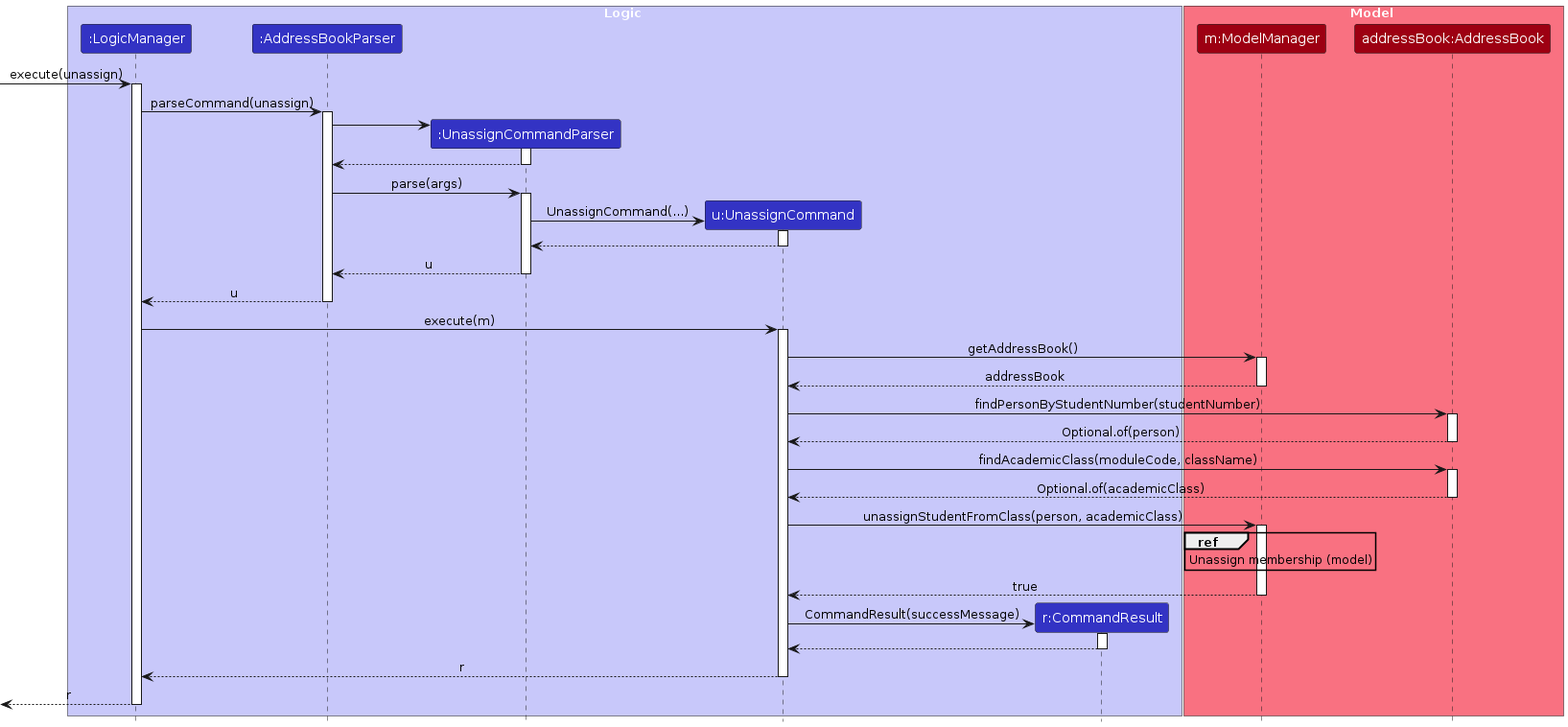
AY2627S1-CS2103-F10-2/tp keeps this PlantUML diagram as diagrams/UnassignSequenceDiagram.png. Above is the earlier version. Its source is kept beside it as diagrams/UnassignSequenceDiagram.puml. Its diagram source:
```plantuml
@startuml
!include style.puml
skinparam ArrowFontStyle plain

box Logic LOGIC_COLOR_T1
participant ":LogicManager" as LogicManager LOGIC_COLOR
participant ":AddressBookParser" as AddressBookParser LOGIC_COLOR
participant ":UnassignCommandParser" as UnassignCommandParser LOGIC_COLOR
participant "u:UnassignCommand" as UnassignCommand LOGIC_COLOR
participant "r:CommandResult" as CommandResult LOGIC_COLOR
end box

box Model MODEL_COLOR_T1
participant "m:ModelManager" as Model MODEL_COLOR
participant "addressBook:AddressBook" as AddressBook MODEL_COLOR
end box

[-> LogicManager : execute(unassign)
activate LogicManager

LogicManager -> AddressBookParser : parseCommand(unassign)
activate AddressBookParser

create UnassignCommandParser
AddressBookParser -> UnassignCommandParser
activate UnassignCommandParser
UnassignCommandParser --> AddressBookParser
deactivate UnassignCommandParser

AddressBookParser -> UnassignCommandParser : parse(args)
activate UnassignCommandParser

create UnassignCommand
UnassignCommandParser -> UnassignCommand : UnassignCommand(...)
activate UnassignCommand
UnassignCommand --> UnassignCommandParser
deactivate UnassignCommand

UnassignCommandParser --> AddressBookParser : u
deactivate UnassignCommandParser
AddressBookParser --> LogicManager : u
deactivate AddressBookParser

LogicManager -> UnassignCommand : execute(m)
activate UnassignCommand

UnassignCommand -> Model : getAddressBook()
activate Model
Model --> UnassignCommand : addressBook
deactivate Model

UnassignCommand -> AddressBook : findPersonByStudentNumber(studentNumber)
activate AddressBook
AddressBook --> UnassignCommand : Optional.of(person)
deactivate AddressBook

UnassignCommand -> AddressBook : findAcademicClass(moduleCode, className)
activate AddressBook
AddressBook --> UnassignCommand : Optional.of(academicClass)
deactivate AddressBook

UnassignCommand -> Model : unassignStudentFromClass(person, academicClass)
activate Model
ref over Model
Unassign membership (model)
end ref
Model --> UnassignCommand : true
deactivate Model

create CommandResult
UnassignCommand -> CommandResult : CommandResult(successMessage)
activate CommandResult
CommandResult --> UnassignCommand
deactivate CommandResult

UnassignCommand --> LogicManager : r
deactivate UnassignCommand


[<-- LogicManager : r
deactivate LogicManager
@enduml
```
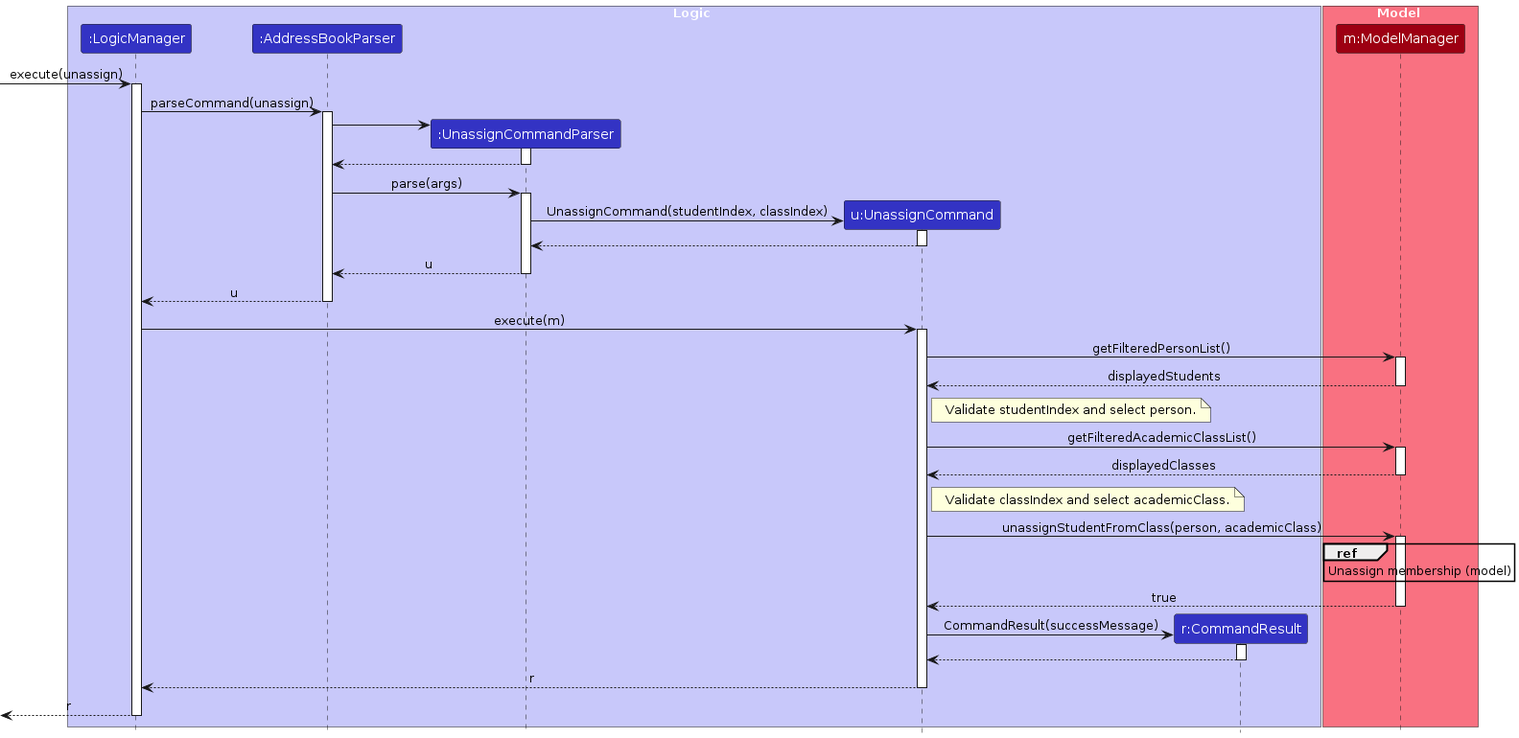
After the change.

The edit, as a diff of the source:
```diff
@@ -12,7 +12,6 @@
 
 box Model MODEL_COLOR_T1
 participant "m:ModelManager" as Model MODEL_COLOR
-participant "addressBook:AddressBook" as AddressBook MODEL_COLOR
 end box
 
 [-> LogicManager : execute(unassign)
@@ -31,7 +30,7 @@
 activate UnassignCommandParser
 
 create UnassignCommand
-UnassignCommandParser -> UnassignCommand : UnassignCommand(...)
+UnassignCommandParser -> UnassignCommand : UnassignCommand(studentIndex, classIndex)
 activate UnassignCommand
 UnassignCommand --> UnassignCommandParser
 deactivate UnassignCommand
@@ -44,20 +43,21 @@
 LogicManager -> UnassignCommand : execute(m)
 activate UnassignCommand
 
-UnassignCommand -> Model : getAddressBook()
+UnassignCommand -> Model : getFilteredPersonList()
 activate Model
-Model --> UnassignCommand : addressBook
+Model --> UnassignCommand : displayedStudents
 deactivate Model
+note right of UnassignCommand
+Validate studentIndex and select person.
+end note
 
-UnassignCommand -> AddressBook : findPersonByStudentNumber(studentNumber)
-activate AddressBook
-AddressBook --> UnassignCommand : Optional.of(person)
-deactivate AddressBook
-
-UnassignCommand -> AddressBook : findAcademicClass(moduleCode, className)
-activate AddressBook
-AddressBook --> UnassignCommand : Optional.of(academicClass)
-deactivate AddressBook
+UnassignCommand -> Model : getFilteredAcademicClassList()
+activate Model
+Model --> UnassignCommand : displayedClasses
+deactivate Model
+note right of UnassignCommand
+Validate classIndex and select academicClass.
+end note
 
 UnassignCommand -> Model : unassignStudentFromClass(person, academicClass)
 activate Model
```
